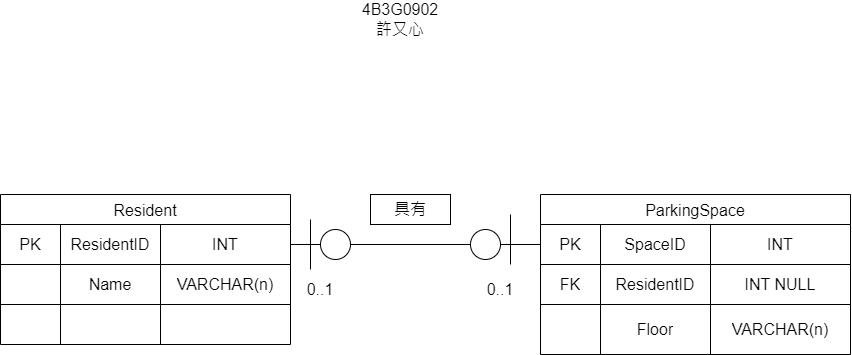
The draw.io diagram 4B3G0902_7.drawio.png in xuyouxin-creator/DatabaseSystem_202610001, before a commit. Source tidied: cells renumbered, new cells last; positions are measured from the earlier drawing's top-left corner, leaving out a move shared by most shapes.
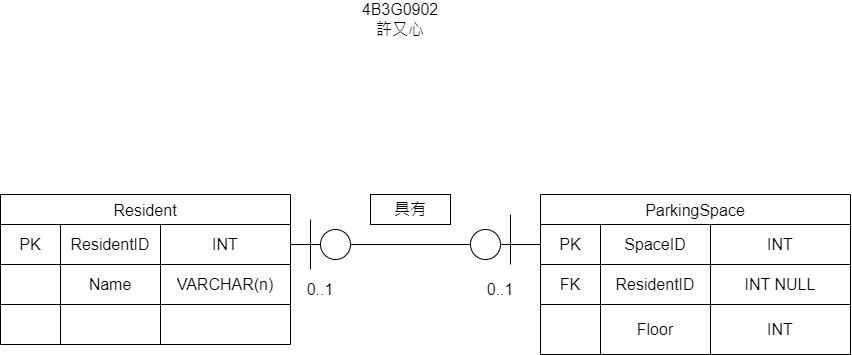
The same file after the commit.

The edit, as a diff of the source:
```diff
@@ -77,7 +77,7 @@
     <mxCell id="26" value="Floor" style="shape=partialRectangle;html=1;whiteSpace=wrap;strokeColor=inherit;overflow=hidden;fillColor=none;top=0;left=0;bottom=0;right=0;fontSize=16;" parent="24" vertex="1">
       <mxGeometry x="60" width="110" height="50" as="geometry" />
     </mxCell>
-    <mxCell id="27" value="VARCHAR(n)" style="shape=partialRectangle;html=1;whiteSpace=wrap;strokeColor=inherit;overflow=hidden;fillColor=none;top=0;left=0;bottom=0;right=0;fontSize=16;" parent="24" vertex="1">
+    <mxCell id="27" value="INT" style="shape=partialRectangle;html=1;whiteSpace=wrap;strokeColor=inherit;overflow=hidden;fillColor=none;top=0;left=0;bottom=0;right=0;fontSize=16;" parent="24" vertex="1">
       <mxGeometry x="170" width="140" height="50" as="geometry" />
     </mxCell>
     <mxCell id="28" style="endArrow=none;html=1;rounded=0;exitX=1;exitY=0.5;exitDx=0;exitDy=0;entryX=0;entryY=0.5;entryDx=0;entryDy=0;" parent="1" edge="1" source="36" target="16">
```
